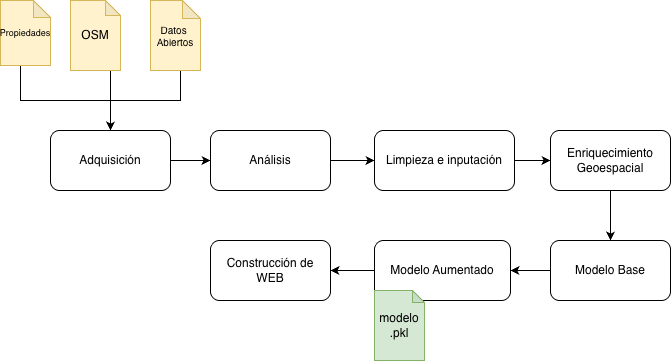
Earlier version of the draw.io export documento/Images/metodologia/overview.png (thordickinson/maestria-ia). Source tidied: cells renumbered, new cells last; positions are measured from the earlier drawing's top-left corner, leaving out a move shared by most shapes.
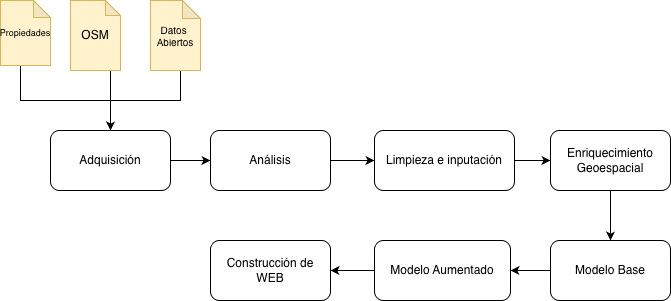
Later version of the same file.

The edit, as a diff of the source:
```diff
@@ -79,8 +79,5 @@
     <mxCell id="20" value="Construcción de&lt;div&gt;WEB&lt;/div&gt;" style="rounded=1;whiteSpace=wrap;html=1;" parent="1" vertex="1">
       <mxGeometry x="210" y="240" width="120" height="60" as="geometry" />
     </mxCell>
-    <mxCell id="21" value="modelo&lt;div&gt;.pkl&lt;/div&gt;" style="shape=note;whiteSpace=wrap;html=1;backgroundOutline=1;darkOpacity=0.05;size=12;fillColor=#d5e8d4;strokeColor=#82b366;" parent="1" vertex="1">
-      <mxGeometry x="374" y="290" width="50" height="70" as="geometry" />
-    </mxCell>
   </root>
 </mxGraphModel>
```
